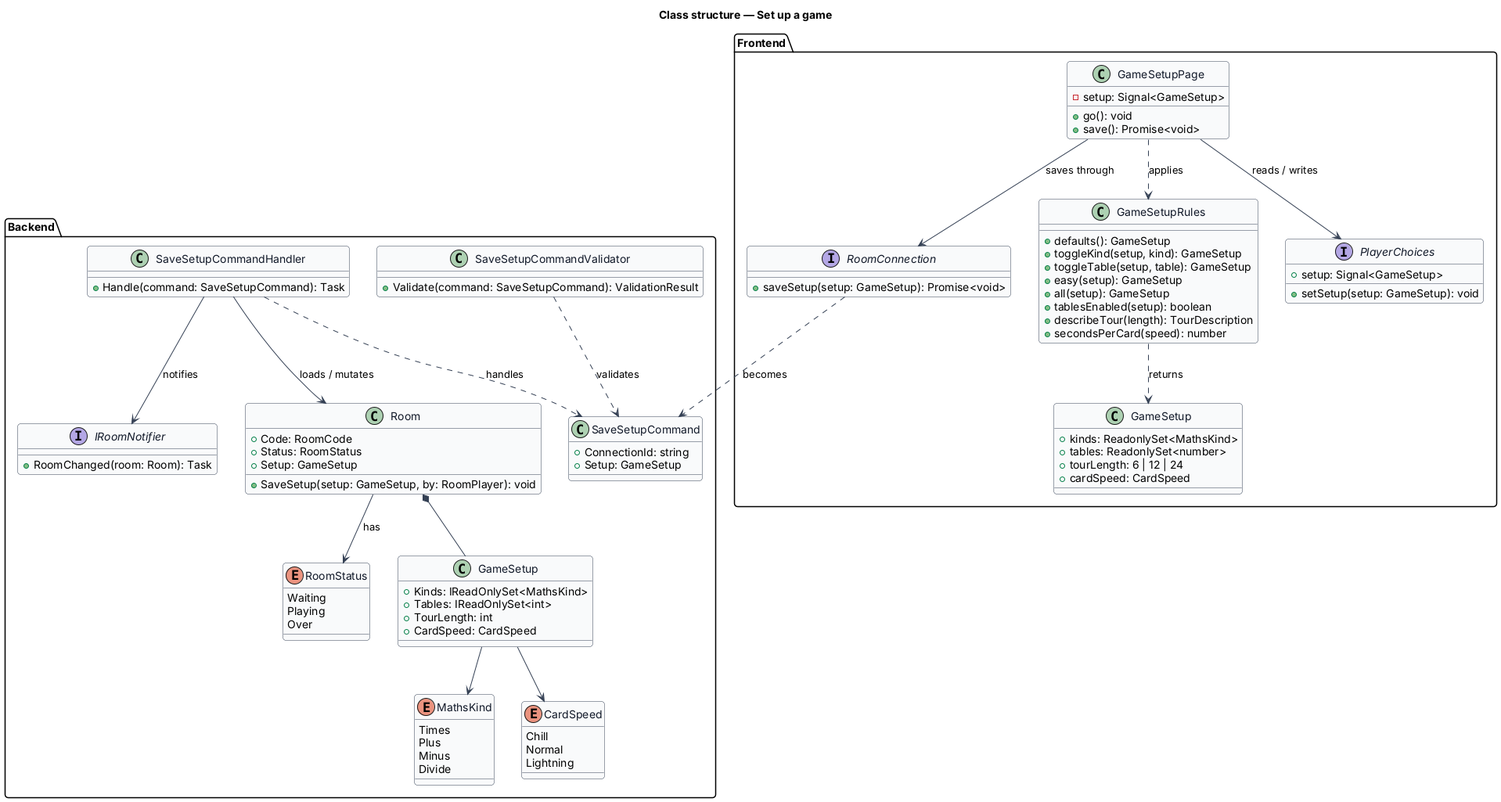
Above: docs/detailed-designs/player/set-up-game/diagrams/class-structure.png in QuinntyneBrown/around-the-world (PlantUML), before the change. Its source is kept beside it as docs/detailed-designs/player/set-up-game/diagrams/class-structure.puml. Its diagram source:
```plantuml
@startuml
skinparam backgroundColor #FFFFFF
skinparam shadowing false
skinparam roundcorner 8
skinparam defaultFontName Arial
skinparam ArrowColor #344054
skinparam class {
  BorderColor #344054
  FontColor #101828
  BackgroundColor #F9FAFB
}
title Class structure — Set up a game

package "Frontend" {
  class "GameSetup" as FGameSetup {
    +kinds: ReadonlySet<MathsKind>
    +tables: ReadonlySet<number>
    +tourLength: 6 | 12 | 24
    +cardSpeed: CardSpeed
  }
  class GameSetupRules {
    +defaults(): GameSetup
    +toggleKind(setup, kind): GameSetup
    +toggleTable(setup, table): GameSetup
    +easy(setup): GameSetup
    +all(setup): GameSetup
    +tablesEnabled(setup): boolean
    +describeTour(length): TourDescription
    +secondsPerCard(speed): number
  }
  class GameSetupPage {
    -setup: Signal<GameSetup>
    +go(): void
    +save(): Promise<void>
  }
  interface RoomConnection {
    +saveSetup(setup: GameSetup): Promise<void>
  }
  interface PlayerChoices {
    +setup: Signal<GameSetup>
    +setSetup(setup: GameSetup): void
  }
}
package "Backend" {
  enum MathsKind {
    Times
    Plus
    Minus
    Divide
  }
  enum CardSpeed {
    Chill
    Normal
    Lightning
  }
  enum RoomStatus {
    Waiting
    Playing
    Over
  }
  class "GameSetup" as BGameSetup {
    +Kinds: IReadOnlySet<MathsKind>
    +Tables: IReadOnlySet<int>
    +TourLength: int
    +CardSpeed: CardSpeed
  }
  class Room {
    +Code: RoomCode
    +Status: RoomStatus
    +Setup: GameSetup
    +SaveSetup(setup: GameSetup, by: RoomPlayer): void
  }
  class SaveSetupCommand {
    +ConnectionId: string
    +Setup: GameSetup
  }
  class SaveSetupCommandValidator {
    +Validate(command: SaveSetupCommand): ValidationResult
  }
  class SaveSetupCommandHandler {
    +Handle(command: SaveSetupCommand): Task
  }
  interface IRoomNotifier {
    +RoomChanged(room: Room): Task
  }
}
GameSetupPage ..> GameSetupRules : applies
GameSetupPage --> PlayerChoices : reads / writes
GameSetupPage --> RoomConnection : saves through
GameSetupRules ..> FGameSetup : returns
RoomConnection ..> SaveSetupCommand : becomes
SaveSetupCommandValidator ..> SaveSetupCommand : validates
SaveSetupCommandHandler ..> SaveSetupCommand : handles
SaveSetupCommandHandler --> Room : loads / mutates
SaveSetupCommandHandler --> IRoomNotifier : notifies
Room *-- BGameSetup
Room --> RoomStatus : has
BGameSetup --> MathsKind
BGameSetup --> CardSpeed
@enduml
```
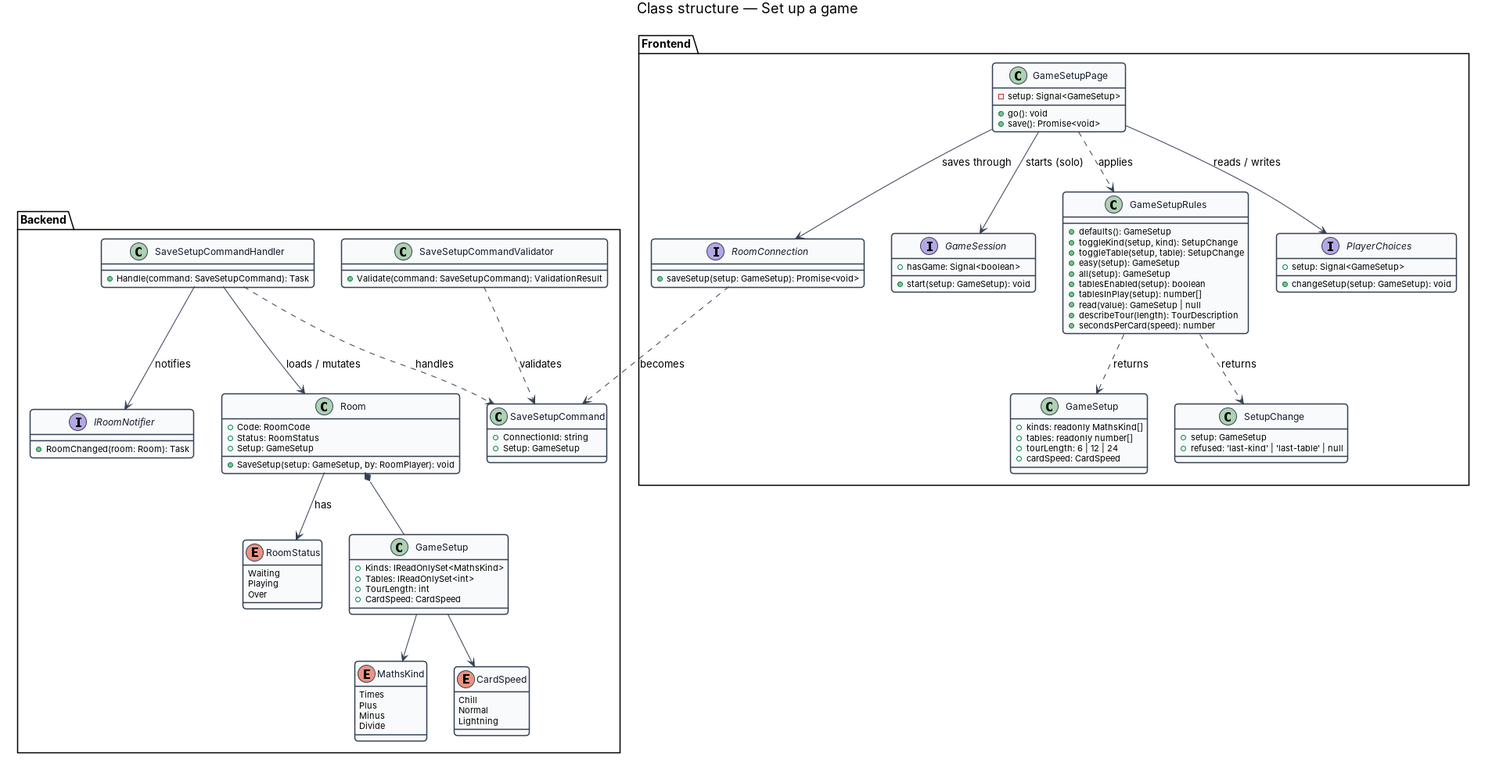
Later version of the same file.

Change to the diagram source:
```diff
@@ -13,32 +13,42 @@
 
 package "Frontend" {
   class "GameSetup" as FGameSetup {
-    +kinds: ReadonlySet<MathsKind>
-    +tables: ReadonlySet<number>
+    +kinds: readonly MathsKind[]
+    +tables: readonly number[]
     +tourLength: 6 | 12 | 24
     +cardSpeed: CardSpeed
   }
   class GameSetupRules {
     +defaults(): GameSetup
-    +toggleKind(setup, kind): GameSetup
-    +toggleTable(setup, table): GameSetup
+    +toggleKind(setup, kind): SetupChange
+    +toggleTable(setup, table): SetupChange
     +easy(setup): GameSetup
     +all(setup): GameSetup
     +tablesEnabled(setup): boolean
+    +tablesInPlay(setup): number[]
+    +read(value): GameSetup | null
     +describeTour(length): TourDescription
     +secondsPerCard(speed): number
+  }
+  class SetupChange {
+    +setup: GameSetup
+    +refused: 'last-kind' | 'last-table' | null
   }
   class GameSetupPage {
     -setup: Signal<GameSetup>
     +go(): void
     +save(): Promise<void>
   }
+  interface GameSession {
+    +hasGame: Signal<boolean>
+    +start(setup: GameSetup): void
+  }
   interface RoomConnection {
     +saveSetup(setup: GameSetup): Promise<void>
   }
   interface PlayerChoices {
     +setup: Signal<GameSetup>
-    +setSetup(setup: GameSetup): void
+    +changeSetup(setup: GameSetup): void
   }
 }
 package "Backend" {
@@ -87,6 +97,8 @@
 GameSetupPage ..> GameSetupRules : applies
 GameSetupPage --> PlayerChoices : reads / writes
 GameSetupPage --> RoomConnection : saves through
+GameSetupPage --> GameSession : starts (solo)
+GameSetupRules ..> SetupChange : returns
 GameSetupRules ..> FGameSetup : returns
 RoomConnection ..> SaveSetupCommand : becomes
 SaveSetupCommandValidator ..> SaveSetupCommand : validates
```
